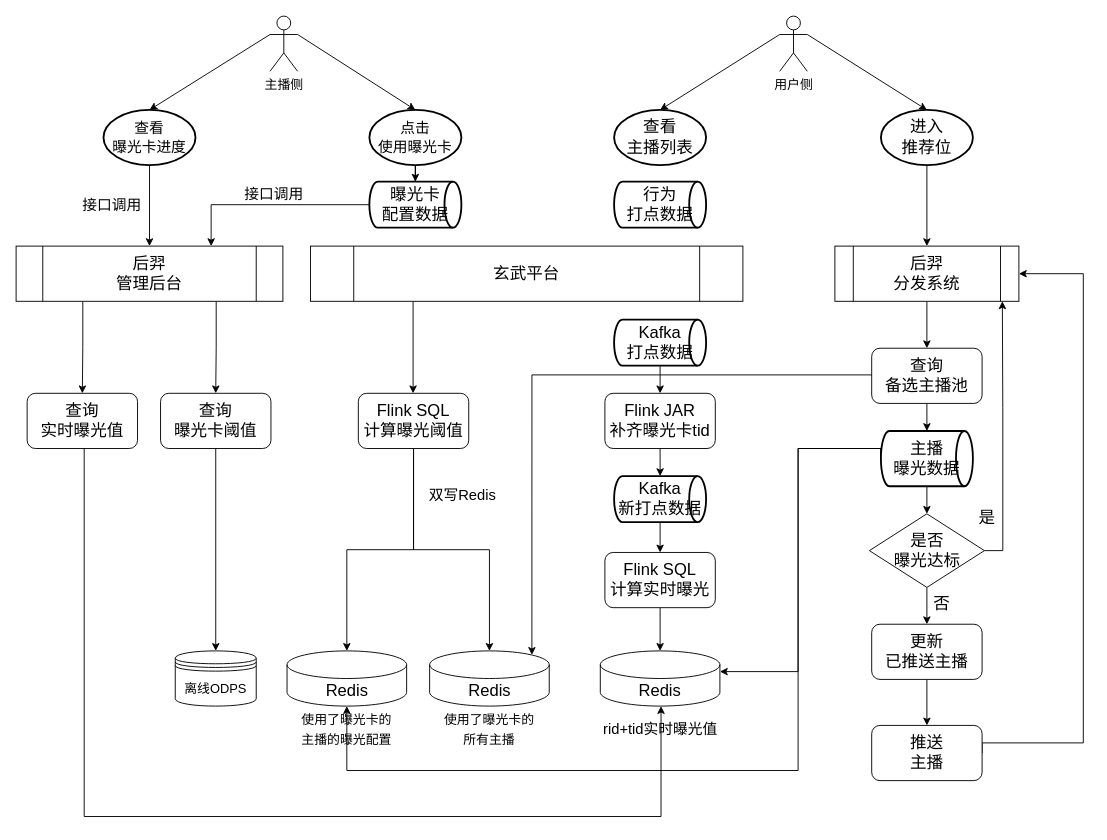
Before: 后羿接曝光卡.drawio in hongweilv-whu/flowCharts, a draw.io diagram. Source tidied: cells renumbered, new cells numbered last; positions are measured from the earlier drawing's top-left corner, leaving out a move shared by most shapes. Both pictures are drawn from the tidied source at 92%, with x=0, y=0 at pixel (16, 16).
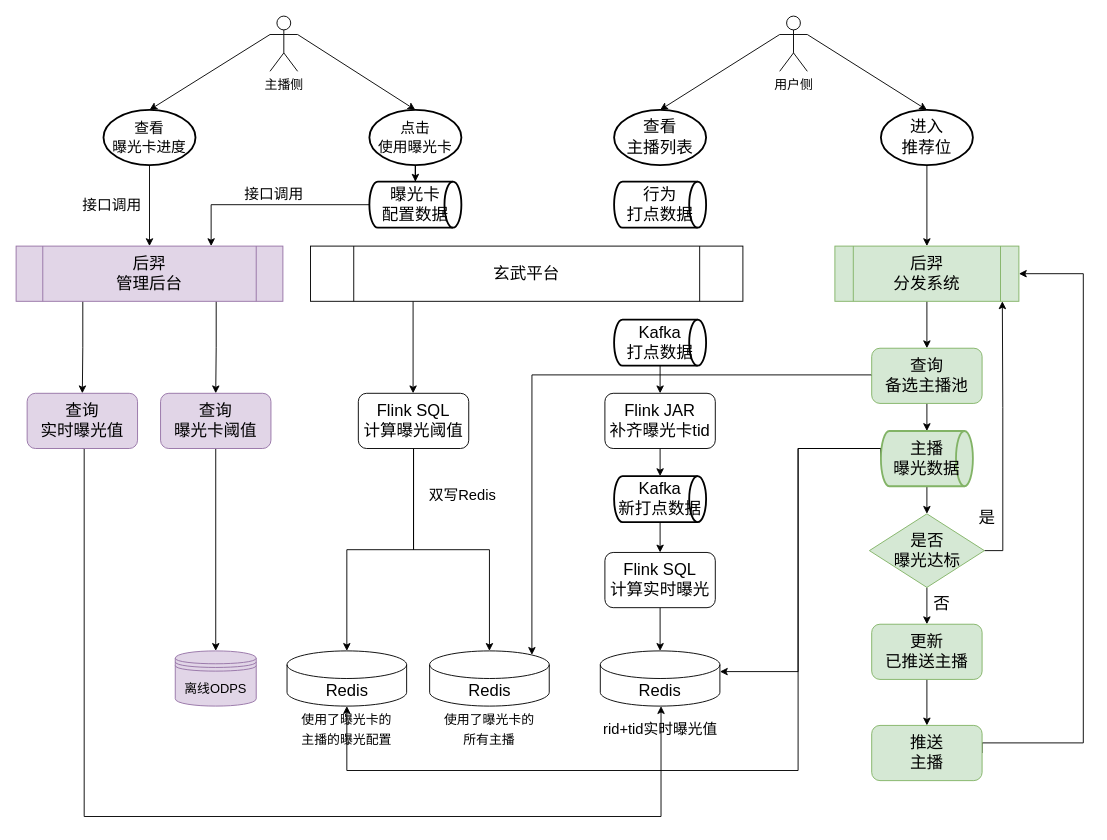
After the change.

Commit message (it also covers changes not shown here):
Update 后羿接曝光卡.drawio

What changed in the source:
```diff
@@
-    <mxCell id="11" value="后羿&lt;br&gt;分发系统" style="shape=process;whiteSpace=wrap;html=1;backgroundOutline=1;fontSize=18;" parent="1" vertex="1">
+    <mxCell id="11" value="后羿&lt;br&gt;分发系统" style="shape=process;whiteSpace=wrap;html=1;backgroundOutline=1;fontSize=18;fillColor=#d5e8d4;strokeColor=#82b366;" parent="1" vertex="1">
       <mxGeometry x="890" y="250" width="200" height="60" as="geometry" />
     </mxCell>
@@
-    <mxCell id="14" value="&lt;span style=&quot;font-size: 18px;&quot;&gt;查询&lt;br&gt;备选主播池&lt;/span&gt;" style="rounded=1;whiteSpace=wrap;html=1;fontSize=14;" parent="1" vertex="1">
+    <mxCell id="14" value="&lt;span style=&quot;font-size: 18px;&quot;&gt;查询&lt;br&gt;备选主播池&lt;/span&gt;" style="rounded=1;whiteSpace=wrap;html=1;fontSize=14;fillColor=#d5e8d4;strokeColor=#82b366;" parent="1" vertex="1">
       <mxGeometry x="930" y="361" width="120" height="60" as="geometry" />
     </mxCell>
@@
-    <mxCell id="26" value="&lt;font style=&quot;font-size: 18px;&quot;&gt;是否&lt;br&gt;曝光达标&lt;/font&gt;" style="rhombus;whiteSpace=wrap;html=1;fontSize=14;" parent="1" vertex="1">
+    <mxCell id="26" value="&lt;font style=&quot;font-size: 18px;&quot;&gt;是否&lt;br&gt;曝光达标&lt;/font&gt;" style="rhombus;whiteSpace=wrap;html=1;fontSize=14;fillColor=#d5e8d4;strokeColor=#82b366;" parent="1" vertex="1">
       <mxGeometry x="927.5" y="541" width="125" height="80" as="geometry" />
     </mxCell>
@@
-    <mxCell id="28" value="&lt;span style=&quot;font-size: 18px;&quot;&gt;更新&lt;br&gt;&lt;/span&gt;&lt;span style=&quot;font-size: 18px;&quot;&gt;已推送主播&lt;/span&gt;" style="rounded=1;whiteSpace=wrap;html=1;fontSize=14;" parent="1" vertex="1">
+    <mxCell id="28" value="&lt;span style=&quot;font-size: 18px;&quot;&gt;更新&lt;br&gt;&lt;/span&gt;&lt;span style=&quot;font-size: 18px;&quot;&gt;已推送主播&lt;/span&gt;" style="rounded=1;whiteSpace=wrap;html=1;fontSize=14;fillColor=#d5e8d4;strokeColor=#82b366;" parent="1" vertex="1">
       <mxGeometry x="930" y="661" width="120" height="60" as="geometry" />
     </mxCell>
@@
-    <mxCell id="30" value="&lt;span style=&quot;font-size: 18px;&quot;&gt;推送&lt;br&gt;主播&lt;/span&gt;" style="rounded=1;whiteSpace=wrap;html=1;fontSize=14;" parent="1" vertex="1">
+    <mxCell id="30" value="&lt;span style=&quot;font-size: 18px;&quot;&gt;推送&lt;br&gt;主播&lt;/span&gt;" style="rounded=1;whiteSpace=wrap;html=1;fontSize=14;fillColor=#d5e8d4;strokeColor=#82b366;" parent="1" vertex="1">
       <mxGeometry x="930" y="771" width="120" height="60" as="geometry" />
     </mxCell>
@@
-    <mxCell id="35" value="&lt;font style=&quot;font-size: 14px;&quot;&gt;离线ODPS&lt;/font&gt;" style="shape=datastore;whiteSpace=wrap;html=1;fontSize=18;" parent="1" vertex="1">
+    <mxCell id="35" value="&lt;font style=&quot;font-size: 14px;&quot;&gt;离线ODPS&lt;/font&gt;" style="shape=datastore;whiteSpace=wrap;html=1;fontSize=18;fillColor=#e1d5e7;strokeColor=#9673a6;" parent="1" vertex="1">
       <mxGeometry x="173" y="690" width="88" height="60" as="geometry" />
     </mxCell>
@@
-    <mxCell id="47" value="&lt;font style=&quot;font-size: 18px;&quot;&gt;主播&lt;br&gt;曝光数据&lt;/font&gt;" style="strokeWidth=2;html=1;shape=mxgraph.flowchart.direct_data;whiteSpace=wrap;fontSize=16;" parent="1" vertex="1">
+    <mxCell id="47" value="&lt;font style=&quot;font-size: 18px;&quot;&gt;主播&lt;br&gt;曝光数据&lt;/font&gt;" style="strokeWidth=2;html=1;shape=mxgraph.flowchart.direct_data;whiteSpace=wrap;fontSize=16;fillColor=#d5e8d4;strokeColor=#82b366;" parent="1" vertex="1">
       <mxGeometry x="940" y="451" width="100" height="60" as="geometry" />
     </mxCell>
@@
-    <mxCell id="63" value="后羿&lt;br&gt;管理后台" style="shape=process;whiteSpace=wrap;html=1;backgroundOutline=1;fontSize=18;" parent="1" vertex="1">
+    <mxCell id="63" value="后羿&lt;br&gt;管理后台" style="shape=process;whiteSpace=wrap;html=1;backgroundOutline=1;fontSize=18;fillColor=#e1d5e7;strokeColor=#9673a6;" parent="1" vertex="1">
       <mxGeometry y="250" width="290" height="60" as="geometry" />
     </mxCell>
@@
-    <mxCell id="65" value="&lt;span style=&quot;font-size: 18px;&quot;&gt;查询&lt;br&gt;曝光卡阈值&lt;br&gt;&lt;/span&gt;" style="rounded=1;whiteSpace=wrap;html=1;fontSize=14;" parent="1" vertex="1">
+    <mxCell id="65" value="&lt;span style=&quot;font-size: 18px;&quot;&gt;查询&lt;br&gt;曝光卡阈值&lt;br&gt;&lt;/span&gt;" style="rounded=1;whiteSpace=wrap;html=1;fontSize=14;fillColor=#e1d5e7;strokeColor=#9673a6;" parent="1" vertex="1">
       <mxGeometry x="157" y="410" width="120" height="60" as="geometry" />
     </mxCell>
-    <mxCell id="66" value="&lt;span style=&quot;font-size: 18px;&quot;&gt;查询&lt;br&gt;实时曝光值&lt;br&gt;&lt;/span&gt;" style="rounded=1;whiteSpace=wrap;html=1;fontSize=14;" parent="1" vertex="1">
+    <mxCell id="66" value="&lt;span style=&quot;font-size: 18px;&quot;&gt;查询&lt;br&gt;实时曝光值&lt;br&gt;&lt;/span&gt;" style="rounded=1;whiteSpace=wrap;html=1;fontSize=14;fillColor=#e1d5e7;strokeColor=#9673a6;" parent="1" vertex="1">
       <mxGeometry x="12" y="410" width="120" height="60" as="geometry" />
     </mxCell>
```
